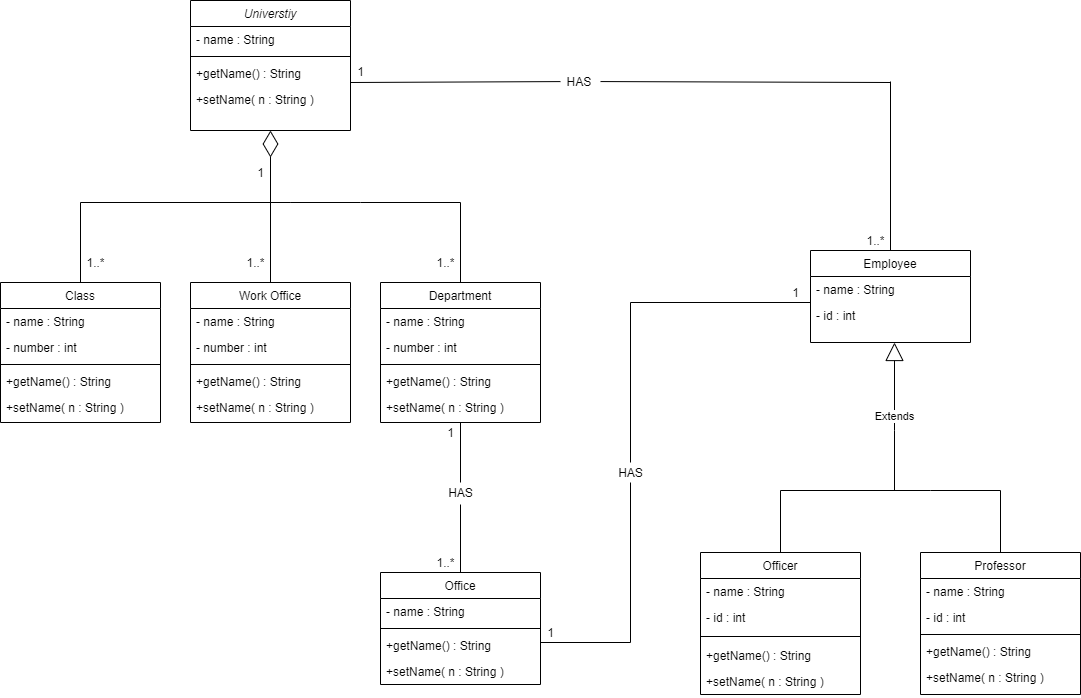
Above: ObjectOrientedProgramming/Odev-UniversiteYonetimSistemi/umldiagram.png in MustafaSelimG/Patika (draw.io), before the change. Source tidied: cells renumbered, new cells last; positions are measured from the earlier drawing's top-left corner, leaving out a move shared by most shapes.
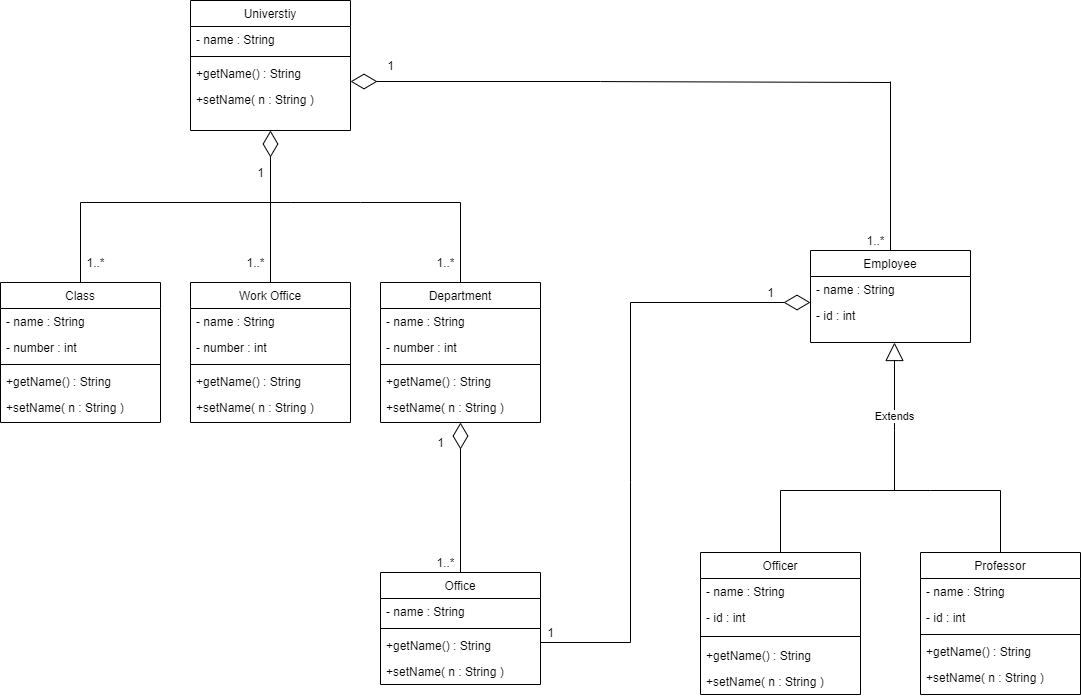
The same file after the commit.

The edit, as a diff of the source:
```diff
@@ -2,7 +2,7 @@
   <root>
     <mxCell id="0" />
     <mxCell id="1" parent="0" />
-    <mxCell id="2" value="Universtiy" style="swimlane;fontStyle=2;align=center;verticalAlign=top;horizontal=1;startSize=26;rounded=0;shadow=0;strokeWidth=1;" parent="1" vertex="1">
+    <mxCell id="2" value="Universtiy" style="swimlane;fontStyle=0;align=center;verticalAlign=top;horizontal=1;startSize=26;rounded=0;shadow=0;strokeWidth=1;" parent="1" vertex="1">
       <mxGeometry x="190" width="160" height="130" as="geometry" />
     </mxCell>
     <mxCell id="3" value="- name : String" style="text;align=left;verticalAlign=top;spacingLeft=4;spacingRight=4;overflow=hidden;" parent="2" vertex="1">
@@ -176,13 +176,8 @@
         <mxPoint x="930" y="490" as="targetPoint" />
       </mxGeometry>
     </mxCell>
-    <mxCell id="53" style="endArrow=none;html=1;rounded=0;startArrow=none;" parent="1" edge="1" source="69">
-      <mxGeometry relative="1" as="geometry">
-        <mxPoint x="350" y="82" as="targetPoint" />
-      </mxGeometry>
-    </mxCell>
     <mxCell id="54" value="1" style="text;html=1;align=center;verticalAlign=middle;fillColor=none;strokeColor=none;rounded=0;fontStyle=0;" parent="1" vertex="1">
-      <mxGeometry x="350" y="61" width="20" height="20" as="geometry" />
+      <mxGeometry x="380" y="55" width="20" height="20" as="geometry" />
     </mxCell>
     <mxCell id="55" value="1..*" style="text;html=1;align=center;verticalAlign=middle;fillColor=none;strokeColor=none;rounded=0;" parent="1" vertex="1">
       <mxGeometry x="860" y="230" width="30" height="20" as="geometry" />
@@ -228,27 +223,16 @@
     <mxCell id="63" value="1..*" style="text;html=1;align=center;verticalAlign=middle;fillColor=none;strokeColor=none;rounded=0;fontStyle=0;" parent="1" vertex="1">
       <mxGeometry x="430" y="252" width="30" height="20" as="geometry" />
     </mxCell>
-    <mxCell id="64" style="endArrow=none;html=1;rounded=0;entryX=0.5;entryY=1;entryDx=0;entryDy=0;startArrow=none;" parent="1" edge="1" source="67" target="19">
-      <mxGeometry relative="1" as="geometry" />
-    </mxCell>
     <mxCell id="65" value="1" style="text;html=1;align=center;verticalAlign=middle;fillColor=none;strokeColor=none;rounded=0;fontStyle=0;" parent="1" vertex="1">
-      <mxGeometry x="440" y="422" width="20" height="20" as="geometry" />
+      <mxGeometry x="430" y="432" width="20" height="20" as="geometry" />
     </mxCell>
     <mxCell id="66" value="1..*" style="text;html=1;align=center;verticalAlign=middle;fillColor=none;strokeColor=none;rounded=0;fontStyle=0;" parent="1" vertex="1">
       <mxGeometry x="430" y="552" width="30" height="20" as="geometry" />
     </mxCell>
-    <mxCell id="67" value="HAS" style="text;html=1;align=center;verticalAlign=middle;points=[];fillColor=none;strokeColor=none;rounded=0;labelBackgroundColor=default;" parent="1" vertex="1">
-      <mxGeometry x="440" y="482" width="40" height="20" as="geometry" />
-    </mxCell>
-    <mxCell id="68" style="endArrow=none;html=1;rounded=0;entryX=0.5;entryY=1.1;entryDx=0;entryDy=0;entryPerimeter=0;" parent="1" edge="1" source="32" target="67">
-      <mxGeometry relative="1" as="geometry" />
-    </mxCell>
-    <mxCell id="69" value="HAS&amp;nbsp;" style="text;html=1;align=center;verticalAlign=middle;points=[];fillColor=none;strokeColor=none;rounded=0;labelBackgroundColor=default;" parent="1" vertex="1">
-      <mxGeometry x="560" y="71" width="40" height="20" as="geometry" />
-    </mxCell>
-    <mxCell id="70" style="endArrow=none;html=1;rounded=0;" parent="1" edge="1" target="69">
+    <mxCell id="70" style="endArrow=none;html=1;rounded=0;" parent="1" edge="1">
       <mxGeometry relative="1" as="geometry">
         <mxPoint x="890" y="82" as="sourcePoint" />
+        <mxPoint x="600" y="81.1" as="targetPoint" />
       </mxGeometry>
     </mxCell>
     <mxCell id="71" style="endArrow=none;html=1;rounded=0;exitX=0.5;exitY=0;exitDx=0;exitDy=0;" parent="1" edge="1" source="29">
@@ -256,8 +240,9 @@
         <mxPoint x="890" y="81" as="targetPoint" />
       </mxGeometry>
     </mxCell>
-    <mxCell id="72" style="endArrow=none;html=1;rounded=0;startArrow=none;" parent="1" edge="1" source="77">
+    <mxCell id="72" style="endArrow=none;html=1;rounded=0;startArrow=none;" parent="1" edge="1">
       <mxGeometry relative="1" as="geometry">
+        <mxPoint x="630" y="482" as="sourcePoint" />
         <mxPoint x="630" y="302" as="targetPoint" />
       </mxGeometry>
     </mxCell>
@@ -267,24 +252,16 @@
         <mxPoint x="630" y="642" as="targetPoint" />
       </mxGeometry>
     </mxCell>
-    <mxCell id="74" style="endArrow=none;html=1;rounded=0;" parent="1" edge="1">
-      <mxGeometry relative="1" as="geometry">
-        <mxPoint x="630" y="302" as="sourcePoint" />
-        <mxPoint x="810" y="302" as="targetPoint" />
-      </mxGeometry>
-    </mxCell>
     <mxCell id="75" value="1" style="text;html=1;align=center;verticalAlign=middle;fillColor=none;strokeColor=none;rounded=0;" parent="1" vertex="1">
-      <mxGeometry x="785" y="282" width="20" height="20" as="geometry" />
+      <mxGeometry x="760" y="282" width="20" height="20" as="geometry" />
     </mxCell>
     <mxCell id="76" value="1" style="text;html=1;align=center;verticalAlign=middle;fillColor=none;strokeColor=none;rounded=0;" parent="1" vertex="1">
       <mxGeometry x="540" y="622" width="20" height="20" as="geometry" />
     </mxCell>
-    <mxCell id="77" value="HAS" style="text;html=1;align=center;verticalAlign=middle;points=[];fillColor=none;strokeColor=none;rounded=0;" parent="1" vertex="1">
-      <mxGeometry x="610" y="462" width="40" height="20" as="geometry" />
-    </mxCell>
-    <mxCell id="78" style="endArrow=none;html=1;rounded=0;" parent="1" edge="1" target="77">
+    <mxCell id="78" style="endArrow=none;html=1;rounded=0;" parent="1" edge="1">
       <mxGeometry relative="1" as="geometry">
         <mxPoint x="630" y="642" as="sourcePoint" />
+        <mxPoint x="630" y="482" as="targetPoint" />
       </mxGeometry>
     </mxCell>
     <mxCell id="79" style="endArrow=diamondThin;endFill=0;endSize=24;html=1;rounded=0;" parent="1" edge="1">
@@ -293,5 +270,22 @@
         <mxPoint x="270" y="130" as="targetPoint" />
       </mxGeometry>
     </mxCell>
+    <mxCell id="80" style="endArrow=diamondThin;endFill=0;endSize=24;html=1;rounded=0;" parent="1" edge="1">
+      <mxGeometry relative="1" as="geometry">
+        <mxPoint x="600" y="81" as="sourcePoint" />
+        <mxPoint x="350" y="81" as="targetPoint" />
+      </mxGeometry>
+    </mxCell>
+    <mxCell id="81" style="endArrow=diamondThin;endFill=0;endSize=24;html=1;rounded=0;" parent="1" edge="1">
+      <mxGeometry relative="1" as="geometry">
+        <mxPoint x="630" y="302" as="sourcePoint" />
+        <mxPoint x="810" y="302" as="targetPoint" />
+      </mxGeometry>
+    </mxCell>
+    <mxCell id="82" style="endArrow=diamondThin;endFill=0;endSize=24;html=1;rounded=0;" parent="1" edge="1" source="32">
+      <mxGeometry relative="1" as="geometry">
+        <mxPoint x="460" y="422" as="targetPoint" />
+      </mxGeometry>
+    </mxCell>
   </root>
 </mxGraphModel>
```
